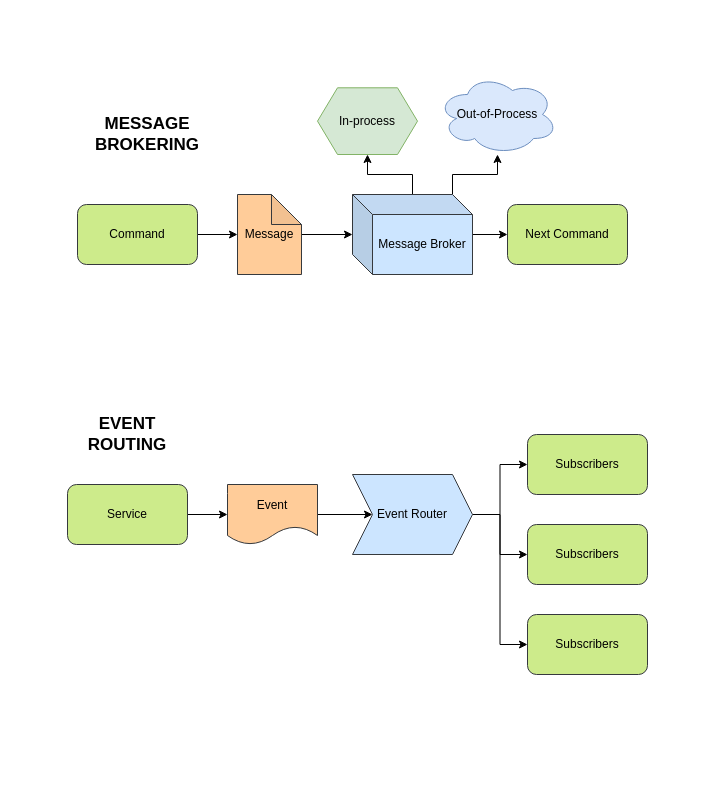
This is page "Event/Message" (4 of 6) of cloudskwela2021/drawings.drawio from marilag/talks, a draw.io file, before an edit. Source tidied: cells renumbered, new cells numbered last; positions are measured from the earlier drawing's top-left corner, leaving out a move shared by most shapes. Both pictures are drawn from the tidied source at 100%, with x=0, y=0 at pixel (67, 74).
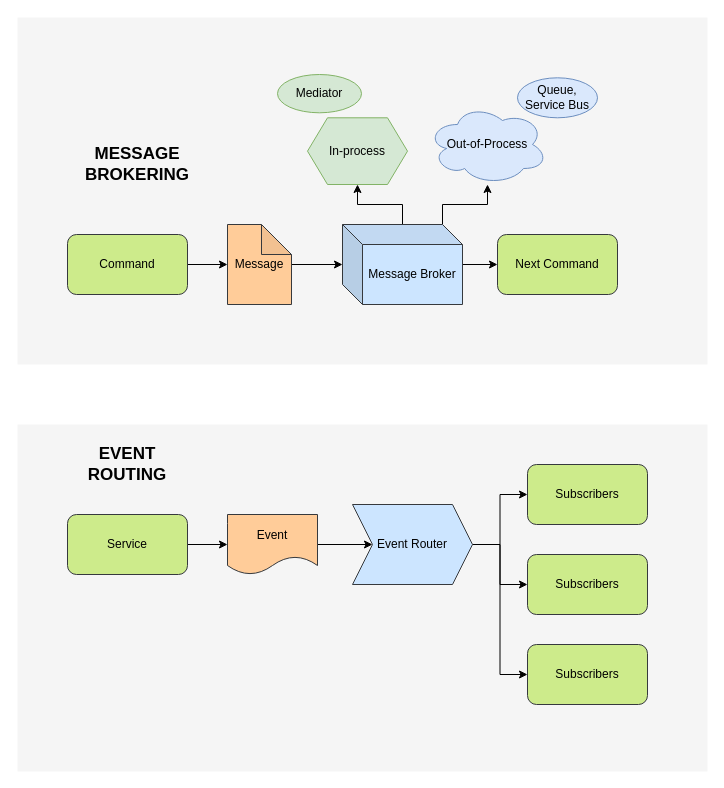
The same page after the edit.

The edit, as a diff of the source:
```diff
@@
+    <mxCell id="26" style="rounded=0;whiteSpace=wrap;html=1;labelBackgroundColor=none;fontSize=18;fillColor=#f5f5f5;verticalAlign=middle;fontColor=#333333;strokeColor=none;" parent="1" vertex="1">
+      <mxGeometry x="-50" y="350" width="690" height="347" as="geometry" />
+    </mxCell>
+    <mxCell id="27" style="rounded=0;whiteSpace=wrap;html=1;labelBackgroundColor=none;fontSize=18;fillColor=#f5f5f5;verticalAlign=middle;fontColor=#333333;strokeColor=none;" parent="1" vertex="1">
+      <mxGeometry x="-50" y="-57" width="690" height="347" as="geometry" />
+    </mxCell>
@@
     <mxCell id="3" value="Message" style="shape=note;whiteSpace=wrap;html=1;backgroundOutline=1;darkOpacity=0.05;fillColor=#ffcc99;strokeColor=#36393d;" parent="1" vertex="1">
-      <mxGeometry x="170" y="120" width="64" height="80" as="geometry" />
+      <mxGeometry x="160" y="150" width="64" height="80" as="geometry" />
     </mxCell>
@@
     <mxCell id="5" value="Command" style="rounded=1;whiteSpace=wrap;html=1;fillColor=#cdeb8b;strokeColor=#36393d;" parent="1" vertex="1">
-      <mxGeometry x="10" y="130" width="120" height="60" as="geometry" />
+      <mxGeometry y="160" width="120" height="60" as="geometry" />
     </mxCell>
@@
     <mxCell id="9" value="Message Broker" style="shape=cube;whiteSpace=wrap;html=1;boundedLbl=1;backgroundOutline=1;darkOpacity=0.05;darkOpacity2=0.1;fillColor=#cce5ff;strokeColor=#36393d;" parent="1" vertex="1">
-      <mxGeometry x="285" y="120" width="120" height="80" as="geometry" />
+      <mxGeometry x="275" y="150" width="120" height="80" as="geometry" />
     </mxCell>
     <mxCell id="10" value="Next Command" style="rounded=1;whiteSpace=wrap;html=1;fillColor=#cdeb8b;strokeColor=#36393d;" parent="1" vertex="1">
-      <mxGeometry x="440" y="130" width="120" height="60" as="geometry" />
+      <mxGeometry x="430" y="160" width="120" height="60" as="geometry" />
     </mxCell>
     <mxCell id="11" value="Out-of-Process" style="ellipse;shape=cloud;whiteSpace=wrap;html=1;fillColor=#dae8fc;strokeColor=#6c8ebf;" parent="1" vertex="1">
-      <mxGeometry x="370" width="120" height="80" as="geometry" />
+      <mxGeometry x="360" y="30" width="120" height="80" as="geometry" />
     </mxCell>
     <mxCell id="12" value="In-process" style="shape=hexagon;perimeter=hexagonPerimeter2;whiteSpace=wrap;html=1;fixedSize=1;fillColor=#d5e8d4;strokeColor=#82b366;" parent="1" vertex="1">
-      <mxGeometry x="250" y="13.3" width="100" height="66.7" as="geometry" />
+      <mxGeometry x="240" y="43.3" width="100" height="66.7" as="geometry" />
     </mxCell>
@@
     <mxCell id="14" value="Service" style="rounded=1;whiteSpace=wrap;html=1;fillColor=#cdeb8b;strokeColor=#36393d;" parent="1" vertex="1">
-      <mxGeometry y="410" width="120" height="60" as="geometry" />
+      <mxGeometry y="440" width="120" height="60" as="geometry" />
     </mxCell>
@@
     <mxCell id="16" value="Event" style="shape=document;whiteSpace=wrap;html=1;boundedLbl=1;rounded=1;fillColor=#ffcc99;strokeColor=#36393d;" parent="1" vertex="1">
-      <mxGeometry x="160" y="410" width="90" height="60" as="geometry" />
+      <mxGeometry x="160" y="440" width="90" height="60" as="geometry" />
     </mxCell>
@@
     <mxCell id="20" value="Event Router" style="shape=step;perimeter=stepPerimeter;whiteSpace=wrap;html=1;fixedSize=1;fillColor=#cce5ff;strokeColor=#36393d;" parent="1" vertex="1">
-      <mxGeometry x="285" y="400" width="120" height="80" as="geometry" />
+      <mxGeometry x="285" y="430" width="120" height="80" as="geometry" />
     </mxCell>
     <mxCell id="21" value="Subscribers" style="rounded=1;whiteSpace=wrap;html=1;fillColor=#cdeb8b;strokeColor=#36393d;" parent="1" vertex="1">
-      <mxGeometry x="460" y="360" width="120" height="60" as="geometry" />
+      <mxGeometry x="460" y="390" width="120" height="60" as="geometry" />
     </mxCell>
     <mxCell id="22" value="Subscribers" style="rounded=1;whiteSpace=wrap;html=1;fillColor=#cdeb8b;strokeColor=#36393d;" parent="1" vertex="1">
-      <mxGeometry x="460" y="450" width="120" height="60" as="geometry" />
+      <mxGeometry x="460" y="480" width="120" height="60" as="geometry" />
     </mxCell>
     <mxCell id="23" value="Subscribers" style="rounded=1;whiteSpace=wrap;html=1;fillColor=#cdeb8b;strokeColor=#36393d;" parent="1" vertex="1">
-      <mxGeometry x="460" y="540" width="120" height="60" as="geometry" />
+      <mxGeometry x="460" y="570" width="120" height="60" as="geometry" />
     </mxCell>
     <mxCell id="24" value="MESSAGE BROKERING" style="text;html=1;strokeColor=none;fillColor=none;align=center;verticalAlign=middle;whiteSpace=wrap;rounded=0;fontSize=17;fontStyle=1;" parent="1" vertex="1">
-      <mxGeometry x="40" y="50" width="80" height="20" as="geometry" />
+      <mxGeometry x="30" y="80" width="80" height="20" as="geometry" />
     </mxCell>
     <mxCell id="25" value="EVENT ROUTING" style="text;html=1;strokeColor=none;fillColor=none;align=center;verticalAlign=middle;whiteSpace=wrap;rounded=0;fontStyle=1;fontSize=17;" parent="1" vertex="1">
-      <mxGeometry x="20" y="350" width="80" height="20" as="geometry" />
+      <mxGeometry x="20" y="380" width="80" height="20" as="geometry" />
     </mxCell>
+    <mxCell id="28" value="Mediator" style="ellipse;whiteSpace=wrap;html=1;strokeColor=#82b366;fillColor=#d5e8d4;" parent="1" vertex="1">
+      <mxGeometry x="210" width="84" height="38.3" as="geometry" />
+    </mxCell>
+    <mxCell id="29" value="Queue, Service Bus" style="ellipse;whiteSpace=wrap;html=1;strokeColor=#6c8ebf;fillColor=#dae8fc;" parent="1" vertex="1">
+      <mxGeometry x="450" y="3.3" width="80" height="40" as="geometry" />
+    </mxCell>
```
